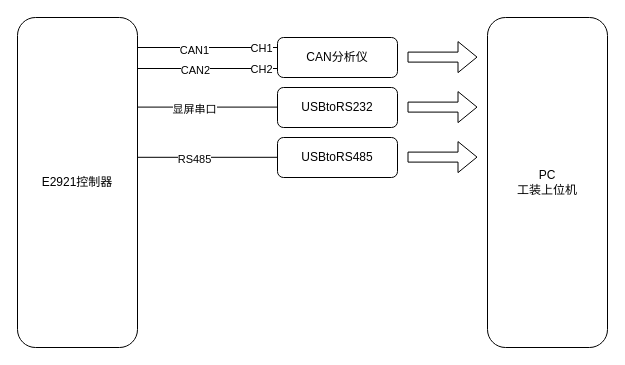
Above: E2921控制器.drawio in Hanye1108/drawio (draw.io), before the change. Source tidied: cells renumbered, new cells numbered last; positions are measured from the earlier drawing's top-left corner, leaving out a move shared by most shapes. Both pictures are drawn from the tidied source at 100%, with x=0, y=0 at pixel (17, 17).
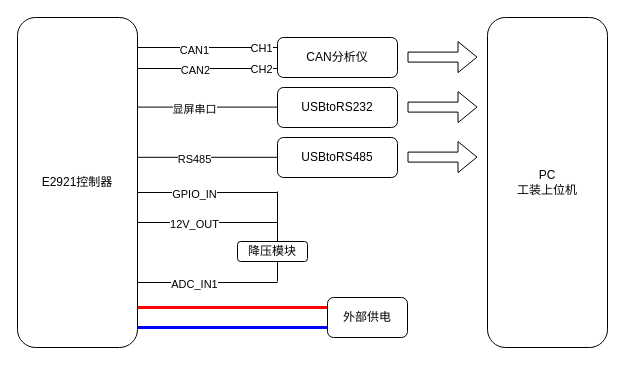
After the change.

Commit message (it also covers changes not shown here):
更新E2921控制器.drawio

Diff of the diagram source:
```diff
@@
+    <mxCell id="20" style="endArrow=none;html=1;rounded=0;" parent="1" edge="1">
+      <mxGeometry relative="1" as="geometry">
+        <mxPoint x="120" y="175" as="sourcePoint" />
+        <mxPoint x="260" y="175" as="targetPoint" />
+      </mxGeometry>
+    </mxCell>
+    <mxCell id="21" value="GPIO_IN" style="edgeLabel;html=1;align=center;verticalAlign=middle;" parent="20" vertex="1">
+      <mxGeometry x="-0.17" y="-2" relative="1" as="geometry">
+        <mxPoint x="-2" y="-1" as="offset" />
+      </mxGeometry>
+    </mxCell>
+    <mxCell id="22" style="endArrow=none;html=1;rounded=0;" parent="1" edge="1">
+      <mxGeometry relative="1" as="geometry">
+        <mxPoint x="120" y="205" as="sourcePoint" />
+        <mxPoint x="260" y="205" as="targetPoint" />
+      </mxGeometry>
+    </mxCell>
+    <mxCell id="23" value="12V_OUT" style="edgeLabel;html=1;align=center;verticalAlign=middle;" parent="22" vertex="1">
+      <mxGeometry x="-0.17" y="-2" relative="1" as="geometry">
+        <mxPoint x="-2" y="-1" as="offset" />
+      </mxGeometry>
+    </mxCell>
+    <mxCell id="24" style="endArrow=none;html=1;rounded=0;" parent="1" edge="1">
+      <mxGeometry relative="1" as="geometry">
+        <mxPoint x="260" y="204" as="sourcePoint" />
+        <mxPoint x="260" y="174" as="targetPoint" />
+      </mxGeometry>
+    </mxCell>
+    <mxCell id="25" style="endArrow=none;html=1;rounded=0;" parent="1" edge="1">
+      <mxGeometry relative="1" as="geometry">
+        <mxPoint x="120" y="265" as="sourcePoint" />
+        <mxPoint x="260" y="265" as="targetPoint" />
+      </mxGeometry>
+    </mxCell>
+    <mxCell id="26" value="ADC_IN1" style="edgeLabel;html=1;align=center;verticalAlign=middle;" parent="25" vertex="1">
+      <mxGeometry x="-0.17" y="-2" relative="1" as="geometry">
+        <mxPoint x="-2" y="-1" as="offset" />
+      </mxGeometry>
+    </mxCell>
+    <mxCell id="27" value="降压模块" style="rounded=1;whiteSpace=wrap;html=1;" parent="1" vertex="1">
+      <mxGeometry x="220" y="224" width="70" height="20" as="geometry" />
+    </mxCell>
+    <mxCell id="28" style="endArrow=none;html=1;rounded=0;" parent="1" edge="1">
+      <mxGeometry relative="1" as="geometry">
+        <mxPoint x="260" y="224" as="sourcePoint" />
+        <mxPoint x="260" y="194" as="targetPoint" />
+      </mxGeometry>
+    </mxCell>
+    <mxCell id="29" style="endArrow=none;html=1;rounded=0;" parent="1" edge="1">
+      <mxGeometry relative="1" as="geometry">
+        <mxPoint x="260" y="264" as="sourcePoint" />
+        <mxPoint x="260" y="244" as="targetPoint" />
+      </mxGeometry>
+    </mxCell>
+    <mxCell id="30" style="endArrow=none;html=1;rounded=0;strokeWidth=3;strokeColor=#FF0000;" parent="1" edge="1">
+      <mxGeometry relative="1" as="geometry">
+        <mxPoint x="120" y="290" as="sourcePoint" />
+        <mxPoint x="310" y="290" as="targetPoint" />
+      </mxGeometry>
+    </mxCell>
+    <mxCell id="31" style="endArrow=none;html=1;rounded=0;strokeWidth=3;strokeColor=#0000FF;" parent="1" edge="1">
+      <mxGeometry relative="1" as="geometry">
+        <mxPoint x="120" y="310" as="sourcePoint" />
+        <mxPoint x="310" y="310" as="targetPoint" />
+      </mxGeometry>
+    </mxCell>
+    <mxCell id="32" value="外部供电" style="rounded=1;whiteSpace=wrap;html=1;" parent="1" vertex="1">
+      <mxGeometry x="310" y="280" width="80" height="40" as="geometry" />
+    </mxCell>
```
